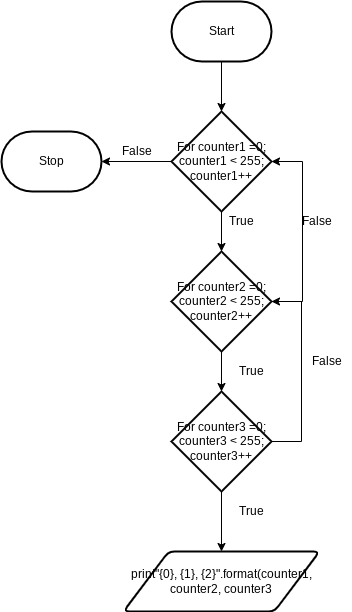
The draw.io diagram flowchart.png in michael-clermont1/ICS3U-Unit4-06-Python, before a commit. Source tidied: cells renumbered, new cells last; positions are measured from the earlier drawing's top-left corner, leaving out a move shared by most shapes. Source of this version:
```xml
<mxGraphModel>
  <root>
    <mxCell id="0" />
    <mxCell id="1" parent="0" />
    <mxCell id="2" style="edgeStyle=orthogonalEdgeStyle;rounded=0;html=1;" parent="1" edge="1" source="3" target="7">
      <mxGeometry relative="1" as="geometry" />
    </mxCell>
    <mxCell id="3" value="Start" style="strokeWidth=2;html=1;shape=mxgraph.flowchart.terminator;whiteSpace=wrap;" parent="1" vertex="1">
      <mxGeometry x="170" width="100" height="60" as="geometry" />
    </mxCell>
    <mxCell id="4" value="Stop" style="strokeWidth=2;html=1;shape=mxgraph.flowchart.terminator;whiteSpace=wrap;" parent="1" vertex="1">
      <mxGeometry y="130" width="100" height="60" as="geometry" />
    </mxCell>
    <mxCell id="5" style="edgeStyle=orthogonalEdgeStyle;rounded=0;html=1;entryX=0.5;entryY=0;entryDx=0;entryDy=0;entryPerimeter=0;" parent="1" edge="1" source="7" target="12">
      <mxGeometry relative="1" as="geometry" />
    </mxCell>
    <mxCell id="6" style="edgeStyle=orthogonalEdgeStyle;rounded=0;html=1;entryX=1;entryY=0.5;entryDx=0;entryDy=0;entryPerimeter=0;" parent="1" edge="1" source="7" target="4">
      <mxGeometry relative="1" as="geometry" />
    </mxCell>
    <mxCell id="7" value="For counter1 =0; counter1 &amp;lt; 255; counter1++" style="strokeWidth=2;html=1;shape=mxgraph.flowchart.decision;whiteSpace=wrap;" parent="1" vertex="1">
      <mxGeometry x="170" y="110" width="100" height="100" as="geometry" />
    </mxCell>
    <mxCell id="8" value="True" style="text;html=1;align=center;verticalAlign=middle;fillColor=none;strokeColor=none;rounded=0;" parent="1" vertex="1">
      <mxGeometry x="230" y="360" width="40" height="20" as="geometry" />
    </mxCell>
    <mxCell id="9" value="print&quot;{0}, {1}, {2}&quot;.format(counter1, counter2, counter3" style="shape=parallelogram;html=1;strokeWidth=2;perimeter=parallelogramPerimeter;whiteSpace=wrap;rounded=1;arcSize=12;size=0.23;" parent="1" vertex="1">
      <mxGeometry x="122" y="550" width="196" height="60" as="geometry" />
    </mxCell>
    <mxCell id="10" style="edgeStyle=orthogonalEdgeStyle;rounded=0;html=1;entryX=0.5;entryY=0;entryDx=0;entryDy=0;entryPerimeter=0;" parent="1" edge="1" source="12" target="15">
      <mxGeometry relative="1" as="geometry" />
    </mxCell>
    <mxCell id="11" style="edgeStyle=orthogonalEdgeStyle;rounded=0;html=1;exitX=1;exitY=0.5;exitDx=0;exitDy=0;exitPerimeter=0;entryX=1;entryY=0.5;entryDx=0;entryDy=0;entryPerimeter=0;" parent="1" edge="1" source="12" target="7">
      <mxGeometry relative="1" as="geometry">
        <Array as="points">
          <mxPoint x="301" y="300" />
          <mxPoint x="301" y="160" />
        </Array>
      </mxGeometry>
    </mxCell>
    <mxCell id="12" value="For counter2 =0; counter2 &amp;lt; 255; counter2++" style="strokeWidth=2;html=1;shape=mxgraph.flowchart.decision;whiteSpace=wrap;" parent="1" vertex="1">
      <mxGeometry x="170" y="250" width="100" height="100" as="geometry" />
    </mxCell>
    <mxCell id="13" style="edgeStyle=orthogonalEdgeStyle;html=1;entryX=1;entryY=0.5;entryDx=0;entryDy=0;entryPerimeter=0;rounded=0;" parent="1" edge="1" source="15" target="12">
      <mxGeometry relative="1" as="geometry">
        <Array as="points">
          <mxPoint x="300" y="440" />
          <mxPoint x="300" y="300" />
        </Array>
      </mxGeometry>
    </mxCell>
    <mxCell id="14" style="edgeStyle=orthogonalEdgeStyle;rounded=0;html=1;entryX=0.5;entryY=0;entryDx=0;entryDy=0;" parent="1" edge="1" source="15" target="9">
      <mxGeometry relative="1" as="geometry" />
    </mxCell>
    <mxCell id="15" value="For counter3 =0; counter3 &amp;lt; 255; counter3++" style="strokeWidth=2;html=1;shape=mxgraph.flowchart.decision;whiteSpace=wrap;" parent="1" vertex="1">
      <mxGeometry x="170" y="390" width="100" height="100" as="geometry" />
    </mxCell>
    <mxCell id="16" value="False" style="text;html=1;align=center;verticalAlign=middle;fillColor=none;strokeColor=none;rounded=0;" parent="1" vertex="1">
      <mxGeometry x="290" y="210" width="50" height="20" as="geometry" />
    </mxCell>
    <mxCell id="17" value="False" style="text;html=1;align=center;verticalAlign=middle;fillColor=none;strokeColor=none;rounded=0;" parent="1" vertex="1">
      <mxGeometry x="300" y="350" width="50" height="20" as="geometry" />
    </mxCell>
    <mxCell id="18" value="False" style="text;html=1;align=center;verticalAlign=middle;fillColor=none;strokeColor=none;rounded=0;" parent="1" vertex="1">
      <mxGeometry x="110" y="140" width="50" height="20" as="geometry" />
    </mxCell>
    <mxCell id="19" value="True" style="text;html=1;align=center;verticalAlign=middle;fillColor=none;strokeColor=none;rounded=0;" parent="1" vertex="1">
      <mxGeometry x="230" y="500" width="40" height="20" as="geometry" />
    </mxCell>
    <mxCell id="20" value="True" style="text;html=1;align=center;verticalAlign=middle;fillColor=none;strokeColor=none;rounded=0;" parent="1" vertex="1">
      <mxGeometry x="220" y="210" width="40" height="20" as="geometry" />
    </mxCell>
  </root>
</mxGraphModel>
```
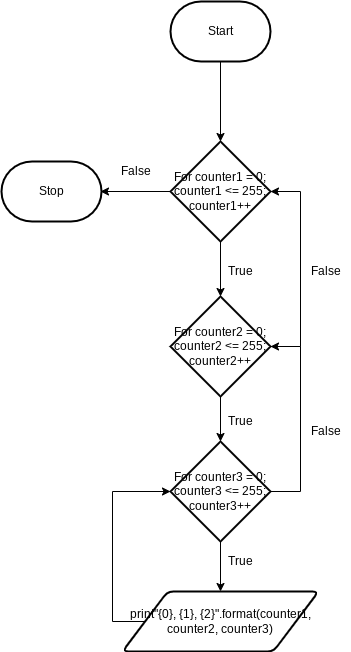
Later version of the same file.

What changed in the source:
```diff
@@ -2,72 +2,82 @@
   <root>
     <mxCell id="0" />
     <mxCell id="1" parent="0" />
-    <mxCell id="2" style="edgeStyle=orthogonalEdgeStyle;rounded=0;html=1;" parent="1" edge="1" source="3" target="7">
-      <mxGeometry relative="1" as="geometry" />
-    </mxCell>
+    <mxCell id="20" style="edgeStyle=orthogonalEdgeStyle;rounded=0;html=1;entryX=0.5;entryY=0;entryDx=0;entryDy=0;entryPerimeter=0;" parent="1" edge="1" source="3" target="12">
+      <mxGeometry relative="1" as="geometry" />
+    </mxCell>
     <mxCell id="3" value="Start" style="strokeWidth=2;html=1;shape=mxgraph.flowchart.terminator;whiteSpace=wrap;" parent="1" vertex="1">
-      <mxGeometry x="170" width="100" height="60" as="geometry" />
+      <mxGeometry x="120" y="10" width="100" height="60" as="geometry" />
     </mxCell>
     <mxCell id="4" value="Stop" style="strokeWidth=2;html=1;shape=mxgraph.flowchart.terminator;whiteSpace=wrap;" parent="1" vertex="1">
-      <mxGeometry y="130" width="100" height="60" as="geometry" />
+      <mxGeometry x="-49" y="170" width="100" height="60" as="geometry" />
     </mxCell>
+    <mxCell id="21" value="True" style="text;html=1;align=center;verticalAlign=middle;fillColor=none;strokeColor=none;rounded=0;" parent="1" vertex="1">
+      <mxGeometry x="170" y="560" width="40" height="20" as="geometry" />
+    </mxCell>
+    <mxCell id="8" value="True" style="text;html=1;align=center;verticalAlign=middle;fillColor=none;strokeColor=none;rounded=0;" parent="1" vertex="1">
+      <mxGeometry x="170" y="420" width="40" height="20" as="geometry" />
+    </mxCell>
+    <mxCell id="22" value="False" style="text;html=1;align=center;verticalAlign=middle;fillColor=none;strokeColor=none;rounded=0;" parent="1" vertex="1">
+      <mxGeometry x="60" y="170" width="50" height="20" as="geometry" />
+    </mxCell>
-    <mxCell id="5" style="edgeStyle=orthogonalEdgeStyle;rounded=0;html=1;entryX=0.5;entryY=0;entryDx=0;entryDy=0;entryPerimeter=0;" parent="1" edge="1" source="7" target="12">
-      <mxGeometry relative="1" as="geometry" />
+    <mxCell id="5" style="edgeStyle=orthogonalEdgeStyle;rounded=0;html=1;entryX=0;entryY=0.5;entryDx=0;entryDy=0;entryPerimeter=0;" parent="1" edge="1" source="9" target="25">
+      <mxGeometry relative="1" as="geometry">
+        <Array as="points">
+          <mxPoint x="62" y="630" />
+          <mxPoint x="62" y="500" />
+        </Array>
+      </mxGeometry>
     </mxCell>
-    <mxCell id="6" style="edgeStyle=orthogonalEdgeStyle;rounded=0;html=1;entryX=1;entryY=0.5;entryDx=0;entryDy=0;entryPerimeter=0;" parent="1" edge="1" source="7" target="4">
-      <mxGeometry relative="1" as="geometry" />
-    </mxCell>
-    <mxCell id="7" value="For counter1 =0; counter1 &amp;lt; 255; counter1++" style="strokeWidth=2;html=1;shape=mxgraph.flowchart.decision;whiteSpace=wrap;" parent="1" vertex="1">
-      <mxGeometry x="170" y="110" width="100" height="100" as="geometry" />
-    </mxCell>
-    <mxCell id="8" value="True" style="text;html=1;align=center;verticalAlign=middle;fillColor=none;strokeColor=none;rounded=0;" parent="1" vertex="1">
-      <mxGeometry x="230" y="360" width="40" height="20" as="geometry" />
-    </mxCell>
-    <mxCell id="9" value="print&quot;{0}, {1}, {2}&quot;.format(counter1, counter2, counter3" style="shape=parallelogram;html=1;strokeWidth=2;perimeter=parallelogramPerimeter;whiteSpace=wrap;rounded=1;arcSize=12;size=0.23;" parent="1" vertex="1">
-      <mxGeometry x="122" y="550" width="196" height="60" as="geometry" />
+    <mxCell id="9" value="print&quot;{0}, {1}, {2}&quot;.format(counter1, counter2, counter3)" style="shape=parallelogram;html=1;strokeWidth=2;perimeter=parallelogramPerimeter;whiteSpace=wrap;rounded=1;arcSize=12;size=0.23;" parent="1" vertex="1">
+      <mxGeometry x="72" y="600" width="196" height="60" as="geometry" />
     </mxCell>
+    <mxCell id="23" value="False" style="text;html=1;align=center;verticalAlign=middle;fillColor=none;strokeColor=none;rounded=0;" parent="1" vertex="1">
+      <mxGeometry x="250" y="430" width="50" height="20" as="geometry" />
+    </mxCell>
+    <mxCell id="13" style="edgeStyle=orthogonalEdgeStyle;html=1;entryX=1;entryY=0.5;entryDx=0;entryDy=0;entryPerimeter=0;rounded=0;" parent="1" edge="1" source="12">
+      <mxGeometry relative="1" as="geometry">
+        <mxPoint x="50" y="200" as="targetPoint" />
+      </mxGeometry>
+    </mxCell>
+    <mxCell id="24" style="edgeStyle=orthogonalEdgeStyle;rounded=0;html=1;entryX=0.5;entryY=0;entryDx=0;entryDy=0;entryPerimeter=0;" parent="1" edge="1" source="12" target="15">
+      <mxGeometry relative="1" as="geometry" />
+    </mxCell>
+    <mxCell id="12" value="For counter1 = 0; counter1 &amp;lt;= 255; counter1++" style="strokeWidth=2;html=1;shape=mxgraph.flowchart.decision;whiteSpace=wrap;" parent="1" vertex="1">
+      <mxGeometry x="120" y="150" width="100" height="100" as="geometry" />
+    </mxCell>
+    <mxCell id="14" style="edgeStyle=orthogonalEdgeStyle;rounded=0;html=1;entryX=0.5;entryY=0;entryDx=0;entryDy=0;entryPerimeter=0;" parent="1" edge="1" source="15" target="25">
+      <mxGeometry relative="1" as="geometry" />
+    </mxCell>
+    <mxCell id="17" style="edgeStyle=orthogonalEdgeStyle;rounded=0;html=1;entryX=1;entryY=0.5;entryDx=0;entryDy=0;entryPerimeter=0;" parent="1" edge="1" source="15" target="12">
+      <mxGeometry relative="1" as="geometry">
+        <Array as="points">
+          <mxPoint x="250" y="355" />
+          <mxPoint x="250" y="200" />
+        </Array>
+      </mxGeometry>
+    </mxCell>
+    <mxCell id="15" value="For counter2 = 0; counter2 &amp;lt;= 255; counter2++" style="strokeWidth=2;html=1;shape=mxgraph.flowchart.decision;whiteSpace=wrap;" parent="1" vertex="1">
+      <mxGeometry x="120" y="305" width="100" height="100" as="geometry" />
+    </mxCell>
-    <mxCell id="10" style="edgeStyle=orthogonalEdgeStyle;rounded=0;html=1;entryX=0.5;entryY=0;entryDx=0;entryDy=0;entryPerimeter=0;" parent="1" edge="1" source="12" target="15">
+    <mxCell id="10" style="edgeStyle=orthogonalEdgeStyle;rounded=0;html=1;entryX=0.5;entryY=0;entryDx=0;entryDy=0;" parent="1" edge="1" source="25" target="9">
       <mxGeometry relative="1" as="geometry" />
     </mxCell>
-    <mxCell id="11" style="edgeStyle=orthogonalEdgeStyle;rounded=0;html=1;exitX=1;exitY=0.5;exitDx=0;exitDy=0;exitPerimeter=0;entryX=1;entryY=0.5;entryDx=0;entryDy=0;entryPerimeter=0;" parent="1" edge="1" source="12" target="7">
+    <mxCell id="11" style="edgeStyle=orthogonalEdgeStyle;rounded=0;html=1;entryX=1;entryY=0.5;entryDx=0;entryDy=0;entryPerimeter=0;" parent="1" edge="1" source="25" target="15">
       <mxGeometry relative="1" as="geometry">
         <Array as="points">
-          <mxPoint x="301" y="300" />
-          <mxPoint x="301" y="160" />
+          <mxPoint x="250" y="500" />
+          <mxPoint x="250" y="355" />
         </Array>
       </mxGeometry>
     </mxCell>
-    <mxCell id="12" value="For counter2 =0; counter2 &amp;lt; 255; counter2++" style="strokeWidth=2;html=1;shape=mxgraph.flowchart.decision;whiteSpace=wrap;" parent="1" vertex="1">
-      <mxGeometry x="170" y="250" width="100" height="100" as="geometry" />
-    </mxCell>
-    <mxCell id="13" style="edgeStyle=orthogonalEdgeStyle;html=1;entryX=1;entryY=0.5;entryDx=0;entryDy=0;entryPerimeter=0;rounded=0;" parent="1" edge="1" source="15" target="12">
-      <mxGeometry relative="1" as="geometry">
-        <Array as="points">
-          <mxPoint x="300" y="440" />
-          <mxPoint x="300" y="300" />
-        </Array>
-      </mxGeometry>
-    </mxCell>
-    <mxCell id="14" style="edgeStyle=orthogonalEdgeStyle;rounded=0;html=1;entryX=0.5;entryY=0;entryDx=0;entryDy=0;" parent="1" edge="1" source="15" target="9">
-      <mxGeometry relative="1" as="geometry" />
-    </mxCell>
-    <mxCell id="15" value="For counter3 =0; counter3 &amp;lt; 255; counter3++" style="strokeWidth=2;html=1;shape=mxgraph.flowchart.decision;whiteSpace=wrap;" parent="1" vertex="1">
-      <mxGeometry x="170" y="390" width="100" height="100" as="geometry" />
-    </mxCell>
-    <mxCell id="16" value="False" style="text;html=1;align=center;verticalAlign=middle;fillColor=none;strokeColor=none;rounded=0;" parent="1" vertex="1">
-      <mxGeometry x="290" y="210" width="50" height="20" as="geometry" />
-    </mxCell>
-    <mxCell id="17" value="False" style="text;html=1;align=center;verticalAlign=middle;fillColor=none;strokeColor=none;rounded=0;" parent="1" vertex="1">
-      <mxGeometry x="300" y="350" width="50" height="20" as="geometry" />
-    </mxCell>
+    <mxCell id="25" value="For counter3 = 0; counter3 &amp;lt;= 255; counter3++" style="strokeWidth=2;html=1;shape=mxgraph.flowchart.decision;whiteSpace=wrap;" parent="1" vertex="1">
+      <mxGeometry x="120" y="450" width="100" height="100" as="geometry" />
+    </mxCell>
     <mxCell id="18" value="False" style="text;html=1;align=center;verticalAlign=middle;fillColor=none;strokeColor=none;rounded=0;" parent="1" vertex="1">
-      <mxGeometry x="110" y="140" width="50" height="20" as="geometry" />
+      <mxGeometry x="250" y="270" width="50" height="20" as="geometry" />
     </mxCell>
     <mxCell id="19" value="True" style="text;html=1;align=center;verticalAlign=middle;fillColor=none;strokeColor=none;rounded=0;" parent="1" vertex="1">
-      <mxGeometry x="230" y="500" width="40" height="20" as="geometry" />
+      <mxGeometry x="170" y="270" width="40" height="20" as="geometry" />
     </mxCell>
-    <mxCell id="20" value="True" style="text;html=1;align=center;verticalAlign=middle;fillColor=none;strokeColor=none;rounded=0;" parent="1" vertex="1">
-      <mxGeometry x="220" y="210" width="40" height="20" as="geometry" />
-    </mxCell>
   </root>
 </mxGraphModel>
```
